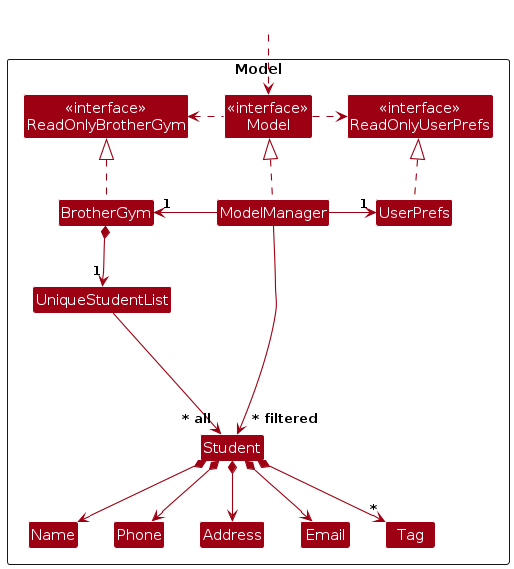
This is diagrams/ModelClassDiagram.png from AY2627S1-CS2103T-T11-4/tp, a PlantUML export, as it was before one commit. Its source is kept beside it as diagrams/ModelClassDiagram.puml.
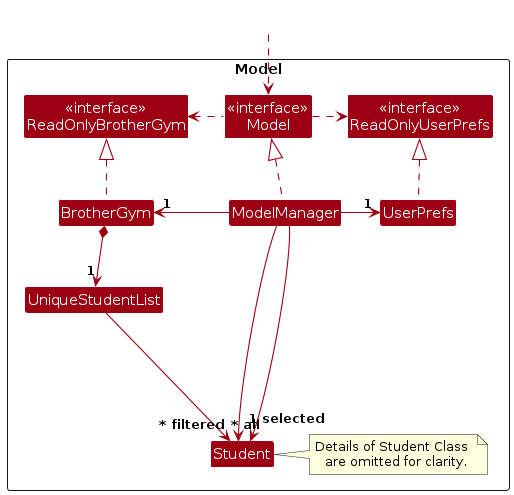
Later version of the same file.

The edit, as a diff of the source:
```diff
@@ -14,13 +14,11 @@
 
 Class UniqueStudentList
 Class Student
-Class Address
-Class Email
-Class Name
-Class Phone
-Class Tag
 
 Class I #FFFFFF
+
+note "Details of Student Class \n are omitted for clarity." as N1
+
 }
 
 Class HiddenOutside #FFFFFF
@@ -37,18 +35,12 @@
 
 BrotherGym *--> "1" UniqueStudentList
 UniqueStudentList --> "~* all" Student
-Student *--> Name
-Student *--> Phone
-Student *--> Email
-Student *--> Address
-Student *--> "*" Tag
 
 Student -[hidden]up--> I
 UniqueStudentList -[hidden]right-> I
 
-Name -[hidden]right-> Phone
-Phone -[hidden]right-> Address
-Address -[hidden]right-> Email
+Student -right- N1
 
 ModelManager --> "~* filtered" Student
+ModelManager --> "1 selected" Student
 @enduml
```
